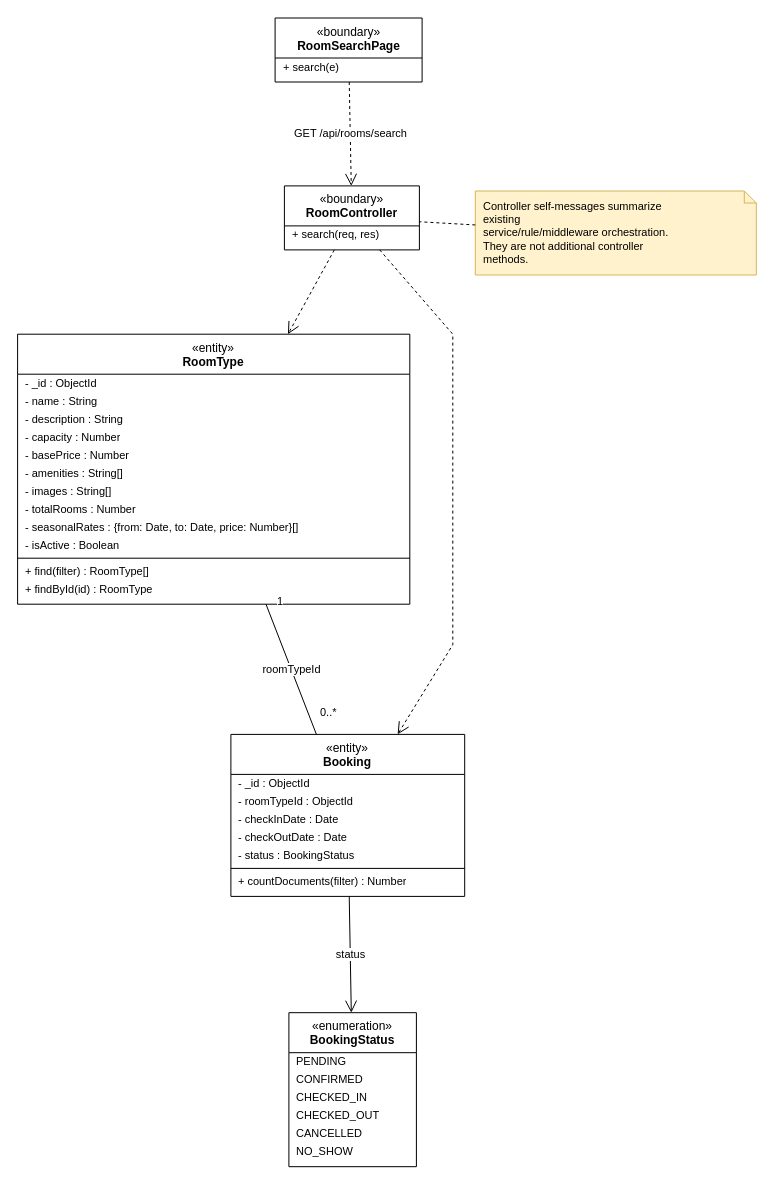
Earlier version of the draw.io diagram final/diagrams/M3_Booking-And-Customer_Diagrams/class_diagrams/CD-09_UC-G01_SearchAvailableRooms.drawio (toikobi401/SWD392). Source tidied: cells renumbered, new cells numbered last; positions are measured from the earlier drawing's top-left corner, leaving out a move shared by most shapes. Both pictures are drawn from the tidied source at 100%, with x=0, y=0 at pixel (17, 17).
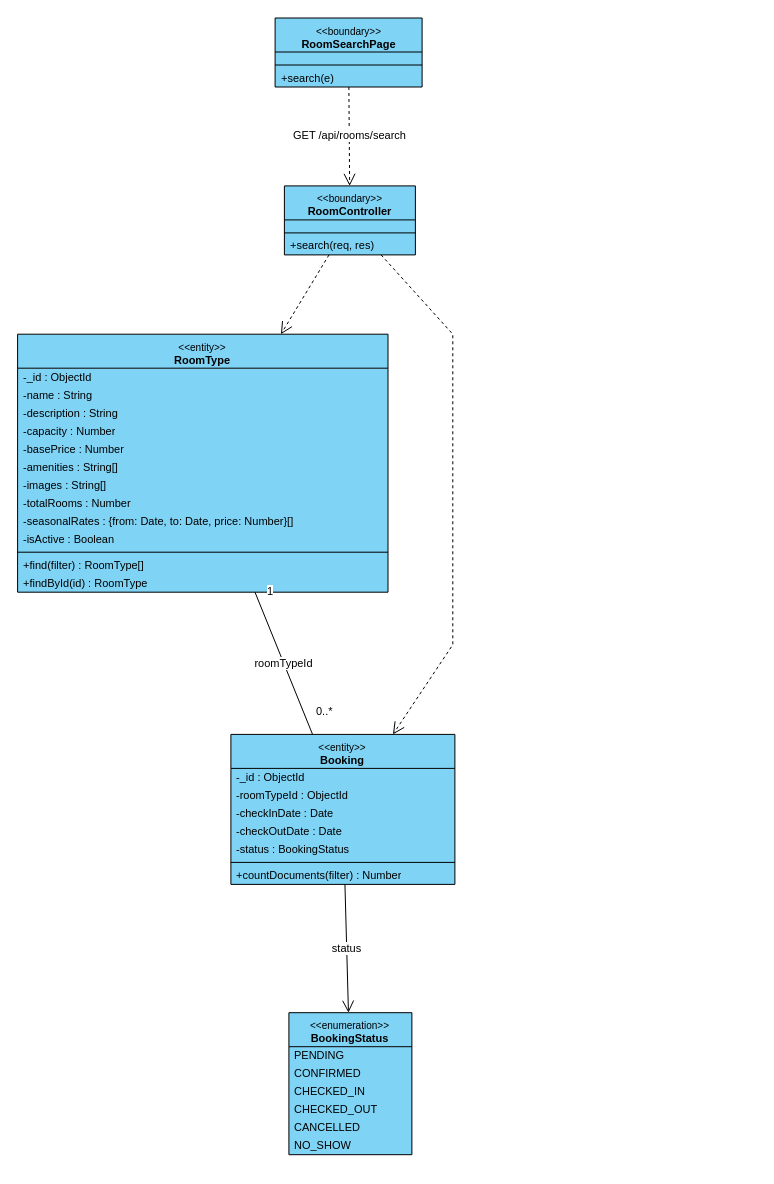
Above is the later version.

Diff of the diagram source:
```diff
@@
-    <mxCell id="2" value="«boundary»&lt;br&gt;&lt;b&gt;RoomSearchPage&lt;/b&gt;" style="swimlane;fontStyle=0;align=center;verticalAlign=top;horizontal=1;startSize=40;html=1;whiteSpace=wrap;fontSize=12;" parent="1" vertex="1">
-      <mxGeometry x="257.6" y="0.5" width="147" height="64" as="geometry" />
+    <mxCell id="2" value="&lt;font style=&quot;font-size:10px&quot;&gt;&amp;lt;&amp;lt;boundary&amp;gt;&amp;gt;&lt;/font&gt;&lt;br&gt;&lt;b&gt;RoomSearchPage&lt;/b&gt;" style="swimlane;fontStyle=0;align=center;verticalAlign=top;horizontal=1;startSize=34;html=1;whiteSpace=wrap;fontSize=11;fillColor=#7fd3f5;swimlaneFillColor=#7fd3f5;strokeColor=#000000;" parent="1" vertex="1">
+      <mxGeometry x="257.6" y="0.5" width="147" height="69" as="geometry" />
     </mxCell>
+    <mxCell id="44" style="text;strokeColor=none;fillColor=none;html=1;" parent="2" vertex="1">
+      <mxGeometry y="34" width="147" height="9" as="geometry" />
+    </mxCell>
+    <mxCell id="45" style="line;strokeWidth=1;fillColor=none;align=left;verticalAlign=middle;spacingTop=-1;spacingLeft=3;spacingRight=3;labelPosition=right;strokeColor=#000000;" parent="2" vertex="1">
+      <mxGeometry y="43" width="147" height="8" as="geometry" />
+    </mxCell>
-    <mxCell id="3" value="+ search(e)" style="text;strokeColor=none;fillColor=none;align=left;verticalAlign=middle;spacingLeft=6;spacingRight=4;overflow=hidden;whiteSpace=nowrap;html=1;fontSize=11;" parent="2" vertex="1">
-      <mxGeometry y="40" width="147" height="18" as="geometry" />
+    <mxCell id="3" value="+search(e)" style="text;strokeColor=none;fillColor=none;align=left;verticalAlign=middle;spacingLeft=4;spacingRight=4;overflow=hidden;whiteSpace=nowrap;html=1;fontSize=11;" parent="2" vertex="1">
+      <mxGeometry y="51" width="147" height="18" as="geometry" />
     </mxCell>
-    <mxCell id="4" value="«boundary»&lt;br&gt;&lt;b&gt;RoomController&lt;/b&gt;" style="swimlane;fontStyle=0;align=center;verticalAlign=top;horizontal=1;startSize=40;html=1;whiteSpace=wrap;fontSize=12;" parent="1" vertex="1">
-      <mxGeometry x="266.9" y="168.4" width="135" height="64" as="geometry" />
+    <mxCell id="4" value="&lt;font style=&quot;font-size:10px&quot;&gt;&amp;lt;&amp;lt;boundary&amp;gt;&amp;gt;&lt;/font&gt;&lt;br&gt;&lt;b&gt;RoomController&lt;/b&gt;" style="swimlane;fontStyle=0;align=center;verticalAlign=top;horizontal=1;startSize=34;html=1;whiteSpace=wrap;fontSize=11;fillColor=#7fd3f5;swimlaneFillColor=#7fd3f5;strokeColor=#000000;" parent="1" vertex="1">
+      <mxGeometry x="266.9" y="168.4" width="131" height="69" as="geometry" />
     </mxCell>
+    <mxCell id="46" style="text;strokeColor=none;fillColor=none;html=1;" parent="4" vertex="1">
+      <mxGeometry y="34" width="131" height="9" as="geometry" />
+    </mxCell>
+    <mxCell id="47" style="line;strokeWidth=1;fillColor=none;align=left;verticalAlign=middle;spacingTop=-1;spacingLeft=3;spacingRight=3;labelPosition=right;strokeColor=#000000;" parent="4" vertex="1">
+      <mxGeometry y="43" width="131" height="8" as="geometry" />
+    </mxCell>
-    <mxCell id="5" value="+ search(req, res)" style="text;strokeColor=none;fillColor=none;align=left;verticalAlign=middle;spacingLeft=6;spacingRight=4;overflow=hidden;whiteSpace=nowrap;html=1;fontSize=11;" parent="4" vertex="1">
-      <mxGeometry y="40" width="135" height="18" as="geometry" />
+    <mxCell id="5" value="+search(req, res)" style="text;strokeColor=none;fillColor=none;align=left;verticalAlign=middle;spacingLeft=4;spacingRight=4;overflow=hidden;whiteSpace=nowrap;html=1;fontSize=11;" parent="4" vertex="1">
+      <mxGeometry y="51" width="131" height="18" as="geometry" />
     </mxCell>
-    <mxCell id="6" value="«entity»&lt;br&gt;&lt;b&gt;RoomType&lt;/b&gt;" style="swimlane;fontStyle=0;align=center;verticalAlign=top;horizontal=1;startSize=40;html=1;whiteSpace=wrap;fontSize=12;" parent="1" vertex="1">
-      <mxGeometry x="0.1" y="316.7" width="392.2" height="270" as="geometry" />
+    <mxCell id="6" value="&lt;font style=&quot;font-size:10px&quot;&gt;&amp;lt;&amp;lt;entity&amp;gt;&amp;gt;&lt;/font&gt;&lt;br&gt;&lt;b&gt;RoomType&lt;/b&gt;" style="swimlane;fontStyle=0;align=center;verticalAlign=top;horizontal=1;startSize=34;html=1;whiteSpace=wrap;fontSize=11;fillColor=#7fd3f5;swimlaneFillColor=#7fd3f5;strokeColor=#000000;" parent="1" vertex="1">
+      <mxGeometry x="0.1" y="316.7" width="370.4" height="258" as="geometry" />
     </mxCell>
-    <mxCell id="7" value="- _id : ObjectId" style="text;strokeColor=none;fillColor=none;align=left;verticalAlign=middle;spacingLeft=6;spacingRight=4;overflow=hidden;whiteSpace=nowrap;html=1;fontSize=11;" parent="6" vertex="1">
-      <mxGeometry y="40" width="392.2" height="18" as="geometry" />
+    <mxCell id="7" value="-_id : ObjectId" style="text;strokeColor=none;fillColor=none;align=left;verticalAlign=middle;spacingLeft=4;spacingRight=4;overflow=hidden;whiteSpace=nowrap;html=1;fontSize=11;" parent="6" vertex="1">
+      <mxGeometry y="34" width="370.4" height="18" as="geometry" />
     </mxCell>
-    <mxCell id="8" value="- name : String" style="text;strokeColor=none;fillColor=none;align=left;verticalAlign=middle;spacingLeft=6;spacingRight=4;overflow=hidden;whiteSpace=nowrap;html=1;fontSize=11;" parent="6" vertex="1">
-      <mxGeometry y="58" width="392.2" height="18" as="geometry" />
+    <mxCell id="8" value="-name : String" style="text;strokeColor=none;fillColor=none;align=left;verticalAlign=middle;spacingLeft=4;spacingRight=4;overflow=hidden;whiteSpace=nowrap;html=1;fontSize=11;" parent="6" vertex="1">
+      <mxGeometry y="52" width="370.4" height="18" as="geometry" />
     </mxCell>
-    <mxCell id="9" value="- description : String" style="text;strokeColor=none;fillColor=none;align=left;verticalAlign=middle;spacingLeft=6;spacingRight=4;overflow=hidden;whiteSpace=nowrap;html=1;fontSize=11;" parent="6" vertex="1">
-      <mxGeometry y="76" width="392.2" height="18" as="geometry" />
+    <mxCell id="9" value="-description : String" style="text;strokeColor=none;fillColor=none;align=left;verticalAlign=middle;spacingLeft=4;spacingRight=4;overflow=hidden;whiteSpace=nowrap;html=1;fontSize=11;" parent="6" vertex="1">
+      <mxGeometry y="70" width="370.4" height="18" as="geometry" />
     </mxCell>
-    <mxCell id="10" value="- capacity : Number" style="text;strokeColor=none;fillColor=none;align=left;verticalAlign=middle;spacingLeft=6;spacingRight=4;overflow=hidden;whiteSpace=nowrap;html=1;fontSize=11;" parent="6" vertex="1">
-      <mxGeometry y="94" width="392.2" height="18" as="geometry" />
+    <mxCell id="10" value="-capacity : Number" style="text;strokeColor=none;fillColor=none;align=left;verticalAlign=middle;spacingLeft=4;spacingRight=4;overflow=hidden;whiteSpace=nowrap;html=1;fontSize=11;" parent="6" vertex="1">
+      <mxGeometry y="88" width="370.4" height="18" as="geometry" />
     </mxCell>
-    <mxCell id="11" value="- basePrice : Number" style="text;strokeColor=none;fillColor=none;align=left;verticalAlign=middle;spacingLeft=6;spacingRight=4;overflow=hidden;whiteSpace=nowrap;html=1;fontSize=11;" parent="6" vertex="1">
-      <mxGeometry y="112" width="392.2" height="18" as="geometry" />
+    <mxCell id="11" value="-basePrice : Number" style="text;strokeColor=none;fillColor=none;align=left;verticalAlign=middle;spacingLeft=4;spacingRight=4;overflow=hidden;whiteSpace=nowrap;html=1;fontSize=11;" parent="6" vertex="1">
+      <mxGeometry y="106" width="370.4" height="18" as="geometry" />
     </mxCell>
-    <mxCell id="12" value="- amenities : String[]" style="text;strokeColor=none;fillColor=none;align=left;verticalAlign=middle;spacingLeft=6;spacingRight=4;overflow=hidden;whiteSpace=nowrap;html=1;fontSize=11;" parent="6" vertex="1">
-      <mxGeometry y="130" width="392.2" height="18" as="geometry" />
+    <mxCell id="12" value="-amenities : String[]" style="text;strokeColor=none;fillColor=none;align=left;verticalAlign=middle;spacingLeft=4;spacingRight=4;overflow=hidden;whiteSpace=nowrap;html=1;fontSize=11;" parent="6" vertex="1">
+      <mxGeometry y="124" width="370.4" height="18" as="geometry" />
     </mxCell>
-    <mxCell id="13" value="- images : String[]" style="text;strokeColor=none;fillColor=none;align=left;verticalAlign=middle;spacingLeft=6;spacingRight=4;overflow=hidden;whiteSpace=nowrap;html=1;fontSize=11;" parent="6" vertex="1">
-      <mxGeometry y="148" width="392.2" height="18" as="geometry" />
+    <mxCell id="13" value="-images : String[]" style="text;strokeColor=none;fillColor=none;align=left;verticalAlign=middle;spacingLeft=4;spacingRight=4;overflow=hidden;whiteSpace=nowrap;html=1;fontSize=11;" parent="6" vertex="1">
+      <mxGeometry y="142" width="370.4" height="18" as="geometry" />
     </mxCell>
-    <mxCell id="14" value="- totalRooms : Number" style="text;strokeColor=none;fillColor=none;align=left;verticalAlign=middle;spacingLeft=6;spacingRight=4;overflow=hidden;whiteSpace=nowrap;html=1;fontSize=11;" parent="6" vertex="1">
-      <mxGeometry y="166" width="392.2" height="18" as="geometry" />
+    <mxCell id="14" value="-totalRooms : Number" style="text;strokeColor=none;fillColor=none;align=left;verticalAlign=middle;spacingLeft=4;spacingRight=4;overflow=hidden;whiteSpace=nowrap;html=1;fontSize=11;" parent="6" vertex="1">
+      <mxGeometry y="160" width="370.4" height="18" as="geometry" />
     </mxCell>
-    <mxCell id="15" value="- seasonalRates : {from: Date, to: Date, price: Number}[]" style="text;strokeColor=none;fillColor=none;align=left;verticalAlign=middle;spacingLeft=6;spacingRight=4;overflow=hidden;whiteSpace=nowrap;html=1;fontSize=11;" parent="6" vertex="1">
-      <mxGeometry y="184" width="392.2" height="18" as="geometry" />
+    <mxCell id="15" value="-seasonalRates : {from: Date, to: Date, price: Number}[]" style="text;strokeColor=none;fillColor=none;align=left;verticalAlign=middle;spacingLeft=4;spacingRight=4;overflow=hidden;whiteSpace=nowrap;html=1;fontSize=11;" parent="6" vertex="1">
+      <mxGeometry y="178" width="370.4" height="18" as="geometry" />
     </mxCell>
-    <mxCell id="16" value="- isActive : Boolean" style="text;strokeColor=none;fillColor=none;align=left;verticalAlign=middle;spacingLeft=6;spacingRight=4;overflow=hidden;whiteSpace=nowrap;html=1;fontSize=11;" parent="6" vertex="1">
-      <mxGeometry y="202" width="392.2" height="18" as="geometry" />
+    <mxCell id="16" value="-isActive : Boolean" style="text;strokeColor=none;fillColor=none;align=left;verticalAlign=middle;spacingLeft=4;spacingRight=4;overflow=hidden;whiteSpace=nowrap;html=1;fontSize=11;" parent="6" vertex="1">
+      <mxGeometry y="196" width="370.4" height="18" as="geometry" />
     </mxCell>
-    <mxCell id="17" style="line;strokeWidth=1;fillColor=none;align=left;verticalAlign=middle;spacingTop=-1;spacingLeft=3;spacingRight=3;labelPosition=right;strokeColor=inherit;" parent="6" vertex="1">
-      <mxGeometry y="220" width="392.2" height="8" as="geometry" />
+    <mxCell id="17" style="line;strokeWidth=1;fillColor=none;align=left;verticalAlign=middle;spacingTop=-1;spacingLeft=3;spacingRight=3;labelPosition=right;strokeColor=#000000;" parent="6" vertex="1">
+      <mxGeometry y="214" width="370.4" height="8" as="geometry" />
     </mxCell>
-    <mxCell id="18" value="+ find(filter) : RoomType[]" style="text;strokeColor=none;fillColor=none;align=left;verticalAlign=middle;spacingLeft=6;spacingRight=4;overflow=hidden;whiteSpace=nowrap;html=1;fontSize=11;" parent="6" vertex="1">
-      <mxGeometry y="228" width="392.2" height="18" as="geometry" />
+    <mxCell id="18" value="+find(filter) : RoomType[]" style="text;strokeColor=none;fillColor=none;align=left;verticalAlign=middle;spacingLeft=4;spacingRight=4;overflow=hidden;whiteSpace=nowrap;html=1;fontSize=11;" parent="6" vertex="1">
+      <mxGeometry y="222" width="370.4" height="18" as="geometry" />
     </mxCell>
-    <mxCell id="19" value="+ findById(id) : RoomType" style="text;strokeColor=none;fillColor=none;align=left;verticalAlign=middle;spacingLeft=6;spacingRight=4;overflow=hidden;whiteSpace=nowrap;html=1;fontSize=11;" parent="6" vertex="1">
-      <mxGeometry y="246" width="392.2" height="18" as="geometry" />
+    <mxCell id="19" value="+findById(id) : RoomType" style="text;strokeColor=none;fillColor=none;align=left;verticalAlign=middle;spacingLeft=4;spacingRight=4;overflow=hidden;whiteSpace=nowrap;html=1;fontSize=11;" parent="6" vertex="1">
+      <mxGeometry y="240" width="370.4" height="18" as="geometry" />
     </mxCell>
-    <mxCell id="20" value="«entity»&lt;br&gt;&lt;b&gt;Booking&lt;/b&gt;" style="swimlane;fontStyle=0;align=center;verticalAlign=top;horizontal=1;startSize=40;html=1;whiteSpace=wrap;fontSize=12;" parent="1" vertex="1">
-      <mxGeometry x="213.4" y="716.9" width="233.8" height="162" as="geometry" />
+    <mxCell id="20" value="&lt;font style=&quot;font-size:10px&quot;&gt;&amp;lt;&amp;lt;entity&amp;gt;&amp;gt;&lt;/font&gt;&lt;br&gt;&lt;b&gt;Booking&lt;/b&gt;" style="swimlane;fontStyle=0;align=center;verticalAlign=top;horizontal=1;startSize=34;html=1;whiteSpace=wrap;fontSize=11;fillColor=#7fd3f5;swimlaneFillColor=#7fd3f5;strokeColor=#000000;" parent="1" vertex="1">
+      <mxGeometry x="213.4" y="716.9" width="224" height="150" as="geometry" />
     </mxCell>
-    <mxCell id="21" value="- _id : ObjectId" style="text;strokeColor=none;fillColor=none;align=left;verticalAlign=middle;spacingLeft=6;spacingRight=4;overflow=hidden;whiteSpace=nowrap;html=1;fontSize=11;" parent="20" vertex="1">
-      <mxGeometry y="40" width="233.8" height="18" as="geometry" />
+    <mxCell id="21" value="-_id : ObjectId" style="text;strokeColor=none;fillColor=none;align=left;verticalAlign=middle;spacingLeft=4;spacingRight=4;overflow=hidden;whiteSpace=nowrap;html=1;fontSize=11;" parent="20" vertex="1">
+      <mxGeometry y="34" width="224" height="18" as="geometry" />
     </mxCell>
-    <mxCell id="22" value="- roomTypeId : ObjectId" style="text;strokeColor=none;fillColor=none;align=left;verticalAlign=middle;spacingLeft=6;spacingRight=4;overflow=hidden;whiteSpace=nowrap;html=1;fontSize=11;" parent="20" vertex="1">
-      <mxGeometry y="58" width="233.8" height="18" as="geometry" />
+    <mxCell id="22" value="-roomTypeId : ObjectId" style="text;strokeColor=none;fillColor=none;align=left;verticalAlign=middle;spacingLeft=4;spacingRight=4;overflow=hidden;whiteSpace=nowrap;html=1;fontSize=11;" parent="20" vertex="1">
+      <mxGeometry y="52" width="224" height="18" as="geometry" />
     </mxCell>
-    <mxCell id="23" value="- checkInDate : Date" style="text;strokeColor=none;fillColor=none;align=left;verticalAlign=middle;spacingLeft=6;spacingRight=4;overflow=hidden;whiteSpace=nowrap;html=1;fontSize=11;" parent="20" vertex="1">
-      <mxGeometry y="76" width="233.8" height="18" as="geometry" />
+    <mxCell id="23" value="-checkInDate : Date" style="text;strokeColor=none;fillColor=none;align=left;verticalAlign=middle;spacingLeft=4;spacingRight=4;overflow=hidden;whiteSpace=nowrap;html=1;fontSize=11;" parent="20" vertex="1">
+      <mxGeometry y="70" width="224" height="18" as="geometry" />
     </mxCell>
-    <mxCell id="24" value="- checkOutDate : Date" style="text;strokeColor=none;fillColor=none;align=left;verticalAlign=middle;spacingLeft=6;spacingRight=4;overflow=hidden;whiteSpace=nowrap;html=1;fontSize=11;" parent="20" vertex="1">
-      <mxGeometry y="94" width="233.8" height="18" as="geometry" />
+    <mxCell id="24" value="-checkOutDate : Date" style="text;strokeColor=none;fillColor=none;align=left;verticalAlign=middle;spacingLeft=4;spacingRight=4;overflow=hidden;whiteSpace=nowrap;html=1;fontSize=11;" parent="20" vertex="1">
+      <mxGeometry y="88" width="224" height="18" as="geometry" />
     </mxCell>
-    <mxCell id="25" value="- status : BookingStatus" style="text;strokeColor=none;fillColor=none;align=left;verticalAlign=middle;spacingLeft=6;spacingRight=4;overflow=hidden;whiteSpace=nowrap;html=1;fontSize=11;" parent="20" vertex="1">
-      <mxGeometry y="112" width="233.8" height="18" as="geometry" />
+    <mxCell id="25" value="-status : BookingStatus" style="text;strokeColor=none;fillColor=none;align=left;verticalAlign=middle;spacingLeft=4;spacingRight=4;overflow=hidden;whiteSpace=nowrap;html=1;fontSize=11;" parent="20" vertex="1">
+      <mxGeometry y="106" width="224" height="18" as="geometry" />
     </mxCell>
-    <mxCell id="26" style="line;strokeWidth=1;fillColor=none;align=left;verticalAlign=middle;spacingTop=-1;spacingLeft=3;spacingRight=3;labelPosition=right;strokeColor=inherit;" parent="20" vertex="1">
-      <mxGeometry y="130" width="233.8" height="8" as="geometry" />
+    <mxCell id="26" style="line;strokeWidth=1;fillColor=none;align=left;verticalAlign=middle;spacingTop=-1;spacingLeft=3;spacingRight=3;labelPosition=right;strokeColor=#000000;" parent="20" vertex="1">
+      <mxGeometry y="124" width="224" height="8" as="geometry" />
     </mxCell>
-    <mxCell id="27" value="+ countDocuments(filter) : Number" style="text;strokeColor=none;fillColor=none;align=left;verticalAlign=middle;spacingLeft=6;spacingRight=4;overflow=hidden;whiteSpace=nowrap;html=1;fontSize=11;" parent="20" vertex="1">
-      <mxGeometry y="138" width="233.8" height="18" as="geometry" />
+    <mxCell id="27" value="+countDocuments(filter) : Number" style="text;strokeColor=none;fillColor=none;align=left;verticalAlign=middle;spacingLeft=4;spacingRight=4;overflow=hidden;whiteSpace=nowrap;html=1;fontSize=11;" parent="20" vertex="1">
+      <mxGeometry y="132" width="224" height="18" as="geometry" />
     </mxCell>
-    <mxCell id="28" value="«enumeration»&lt;br&gt;&lt;b&gt;BookingStatus&lt;/b&gt;" style="swimlane;fontStyle=0;align=center;verticalAlign=top;horizontal=1;startSize=40;html=1;whiteSpace=wrap;fontSize=12;" parent="1" vertex="1">
-      <mxGeometry x="271.4" y="995.2" width="127.5" height="154" as="geometry" />
+    <mxCell id="28" value="&lt;font style=&quot;font-size:10px&quot;&gt;&amp;lt;&amp;lt;enumeration&amp;gt;&amp;gt;&lt;/font&gt;&lt;br&gt;&lt;b&gt;BookingStatus&lt;/b&gt;" style="swimlane;fontStyle=0;align=center;verticalAlign=top;horizontal=1;startSize=34;html=1;whiteSpace=wrap;fontSize=11;fillColor=#7fd3f5;swimlaneFillColor=#7fd3f5;strokeColor=#000000;" parent="1" vertex="1">
+      <mxGeometry x="271.4" y="995.2" width="123" height="142" as="geometry" />
     </mxCell>
-    <mxCell id="29" value="PENDING" style="text;strokeColor=none;fillColor=none;align=left;verticalAlign=middle;spacingLeft=6;spacingRight=4;overflow=hidden;whiteSpace=nowrap;html=1;fontSize=11;" parent="28" vertex="1">
-      <mxGeometry y="40" width="127.5" height="18" as="geometry" />
+    <mxCell id="29" value="PENDING" style="text;strokeColor=none;fillColor=none;align=left;verticalAlign=middle;spacingLeft=4;spacingRight=4;overflow=hidden;whiteSpace=nowrap;html=1;fontSize=11;" parent="28" vertex="1">
+      <mxGeometry y="34" width="123" height="18" as="geometry" />
     </mxCell>
-    <mxCell id="30" value="CONFIRMED" style="text;strokeColor=none;fillColor=none;align=left;verticalAlign=middle;spacingLeft=6;spacingRight=4;overflow=hidden;whiteSpace=nowrap;html=1;fontSize=11;" parent="28" vertex="1">
-      <mxGeometry y="58" width="127.5" height="18" as="geometry" />
+    <mxCell id="30" value="CONFIRMED" style="text;strokeColor=none;fillColor=none;align=left;verticalAlign=middle;spacingLeft=4;spacingRight=4;overflow=hidden;whiteSpace=nowrap;html=1;fontSize=11;" parent="28" vertex="1">
+      <mxGeometry y="52" width="123" height="18" as="geometry" />
     </mxCell>
-    <mxCell id="31" value="CHECKED_IN" style="text;strokeColor=none;fillColor=none;align=left;verticalAlign=middle;spacingLeft=6;spacingRight=4;overflow=hidden;whiteSpace=nowrap;html=1;fontSize=11;" parent="28" vertex="1">
-      <mxGeometry y="76" width="127.5" height="18" as="geometry" />
+    <mxCell id="31" value="CHECKED_IN" style="text;strokeColor=none;fillColor=none;align=left;verticalAlign=middle;spacingLeft=4;spacingRight=4;overflow=hidden;whiteSpace=nowrap;html=1;fontSize=11;" parent="28" vertex="1">
+      <mxGeometry y="70" width="123" height="18" as="geometry" />
     </mxCell>
-    <mxCell id="32" value="CHECKED_OUT" style="text;strokeColor=none;fillColor=none;align=left;verticalAlign=middle;spacingLeft=6;spacingRight=4;overflow=hidden;whiteSpace=nowrap;html=1;fontSize=11;" parent="28" vertex="1">
-      <mxGeometry y="94" width="127.5" height="18" as="geometry" />
+    <mxCell id="32" value="CHECKED_OUT" style="text;strokeColor=none;fillColor=none;align=left;verticalAlign=middle;spacingLeft=4;spacingRight=4;overflow=hidden;whiteSpace=nowrap;html=1;fontSize=11;" parent="28" vertex="1">
+      <mxGeometry y="88" width="123" height="18" as="geometry" />
     </mxCell>
-    <mxCell id="33" value="CANCELLED" style="text;strokeColor=none;fillColor=none;align=left;verticalAlign=middle;spacingLeft=6;spacingRight=4;overflow=hidden;whiteSpace=nowrap;html=1;fontSize=11;" parent="28" vertex="1">
-      <mxGeometry y="112" width="127.5" height="18" as="geometry" />
+    <mxCell id="33" value="CANCELLED" style="text;strokeColor=none;fillColor=none;align=left;verticalAlign=middle;spacingLeft=4;spacingRight=4;overflow=hidden;whiteSpace=nowrap;html=1;fontSize=11;" parent="28" vertex="1">
+      <mxGeometry y="106" width="123" height="18" as="geometry" />
     </mxCell>
-    <mxCell id="34" value="NO_SHOW" style="text;strokeColor=none;fillColor=none;align=left;verticalAlign=middle;spacingLeft=6;spacingRight=4;overflow=hidden;whiteSpace=nowrap;html=1;fontSize=11;" parent="28" vertex="1">
-      <mxGeometry y="130" width="127.5" height="18" as="geometry" />
+    <mxCell id="34" value="NO_SHOW" style="text;strokeColor=none;fillColor=none;align=left;verticalAlign=middle;spacingLeft=4;spacingRight=4;overflow=hidden;whiteSpace=nowrap;html=1;fontSize=11;" parent="28" vertex="1">
+      <mxGeometry y="124" width="123" height="18" as="geometry" />
     </mxCell>
-    <mxCell id="35" value="Controller self-messages summarize&lt;br&gt;existing&lt;br&gt;service/rule/middleware orchestration.&lt;br&gt;They are not additional controller&lt;br&gt;methods." style="shape=note;whiteSpace=wrap;html=1;size=12;align=left;verticalAlign=top;spacingLeft=6;spacingTop=2;fontSize=11;fillColor=#fff2cc;strokeColor=#d6b656;" parent="1" vertex="1">
-      <mxGeometry x="457.8" y="173.5" width="281" height="84" as="geometry" />
-    </mxCell>
-    <mxCell id="36" style="endArrow=none;dashed=1;html=1;rounded=0;" parent="1" edge="1" source="35" target="4">
-      <mxGeometry relative="1" as="geometry" />
-    </mxCell>
```
